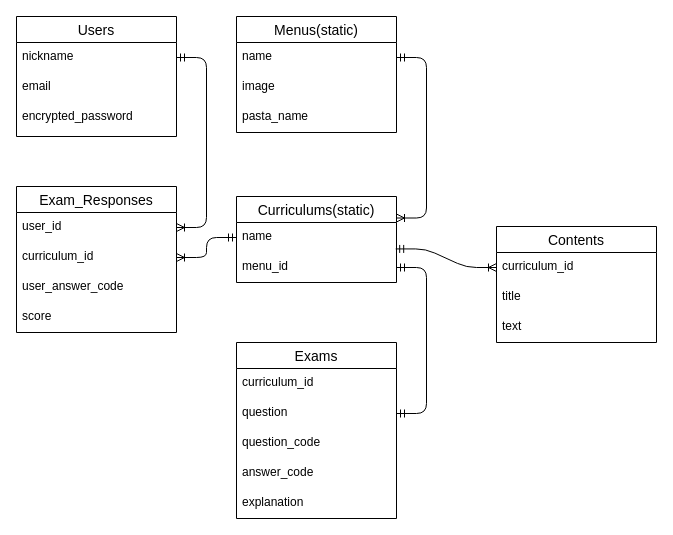
turtlekazu/rigate-app keeps this draw.io diagram as rigate.dio. Above is the earlier version. Source tidied: cells renumbered, new cells numbered last; positions are measured from the earlier drawing's top-left corner, leaving out a move shared by most shapes. Both pictures are drawn from the tidied source at 100%, with x=0, y=0 at pixel (16, 16).
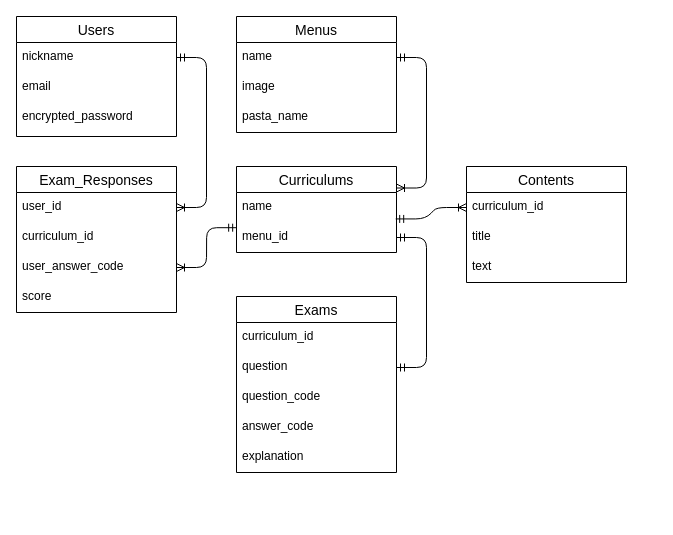
After the change.

The change refers to these unchanged cells:
```xml
<mxCell id="3" value="nickname" style="text;strokeColor=none;fillColor=none;spacingLeft=4;spacingRight=4;overflow=hidden;points=[[0,0.5],[1,0.5]];portConstraint=eastwest;fontSize=12;" parent="2" vertex="1">
  <mxGeometry y="26" width="160" height="30" as="geometry" />
</mxCell>
<mxCell id="16" value="user_id" style="text;strokeColor=none;fillColor=none;spacingLeft=4;spacingRight=4;overflow=hidden;points=[[0,0.5],[1,0.5]];portConstraint=eastwest;fontSize=12;" parent="15" vertex="1">
  <mxGeometry y="26" width="160" height="30" as="geometry" />
</mxCell>
<mxCell id="17" value="curriculum_id" style="text;strokeColor=none;fillColor=none;spacingLeft=4;spacingRight=4;overflow=hidden;points=[[0,0.5],[1,0.5]];portConstraint=eastwest;fontSize=12;" parent="15" vertex="1">
  <mxGeometry y="56" width="160" height="30" as="geometry" />
</mxCell>
<mxCell id="18" value="user_answer_code" style="text;strokeColor=none;fillColor=none;spacingLeft=4;spacingRight=4;overflow=hidden;points=[[0,0.5],[1,0.5]];portConstraint=eastwest;fontSize=12;" parent="15" vertex="1">
  <mxGeometry y="86" width="160" height="30" as="geometry" />
</mxCell>
<mxCell id="22" value="name" style="text;strokeColor=none;fillColor=none;spacingLeft=4;spacingRight=4;overflow=hidden;points=[[0,0.5],[1,0.5]];portConstraint=eastwest;fontSize=12;" parent="21" vertex="1">
  <mxGeometry y="26" width="160" height="30" as="geometry" />
</mxCell>
```

The edit, as a diff of the source:
```diff
@@
     <mxCell id="6" value="Contents" style="swimlane;fontStyle=0;horizontal=1;startSize=26;align=center;fontSize=14;" parent="1" vertex="1">
-      <mxGeometry x="480" y="210" width="160" height="116" as="geometry" />
+      <mxGeometry x="450" y="150" width="160" height="116" as="geometry" />
     </mxCell>
@@
-    <mxCell id="10" value="Menus(static)" style="swimlane;fontStyle=0;horizontal=1;startSize=26;align=center;fontSize=14;" parent="1" vertex="1">
+    <mxCell id="10" value="Menus" style="swimlane;fontStyle=0;horizontal=1;startSize=26;align=center;fontSize=14;" parent="1" vertex="1">
       <mxGeometry x="220" width="160" height="116" as="geometry" />
     </mxCell>
@@
     <mxCell id="15" value="Exam_Responses" style="swimlane;fontStyle=0;horizontal=1;startSize=26;align=center;fontSize=14;" parent="1" vertex="1">
-      <mxGeometry y="170" width="160" height="146" as="geometry" />
+      <mxGeometry y="150" width="160" height="146" as="geometry" />
     </mxCell>
@@
-    <mxCell id="20" style="edgeStyle=entityRelationEdgeStyle;fontSize=12;html=1;endArrow=ERoneToMany;startArrow=ERmandOne;entryX=1;entryY=0.5;entryDx=0;entryDy=0;exitX=0;exitY=0.5;exitDx=0;exitDy=0;" parent="1" edge="1" source="22" target="17">
+    <mxCell id="20" style="edgeStyle=entityRelationEdgeStyle;fontSize=12;html=1;endArrow=ERoneToMany;startArrow=ERmandOne;entryX=1;entryY=0.5;entryDx=0;entryDy=0;exitX=0.001;exitY=1.173;exitDx=0;exitDy=0;exitPerimeter=0;" parent="1" edge="1" source="22" target="18">
       <mxGeometry relative="1" as="geometry" />
     </mxCell>
-    <mxCell id="21" value="Curriculums(static)" style="swimlane;fontStyle=0;horizontal=1;startSize=26;align=center;fontSize=14;" parent="1" vertex="1">
-      <mxGeometry x="220" y="180" width="160" height="86" as="geometry" />
+    <mxCell id="21" value="Curriculums" style="swimlane;fontStyle=0;horizontal=1;startSize=26;align=center;fontSize=14;" parent="1" vertex="1">
+      <mxGeometry x="220" y="150" width="160" height="86" as="geometry" />
     </mxCell>
@@
     <mxCell id="25" value="Exams" style="swimlane;fontStyle=0;horizontal=1;startSize=26;align=center;fontSize=14;" parent="1" vertex="1">
-      <mxGeometry x="220" y="326" width="160" height="176" as="geometry" />
+      <mxGeometry x="220" y="280" width="160" height="176" as="geometry" />
     </mxCell>
@@
-    <mxCell id="32" style="edgeStyle=entityRelationEdgeStyle;fontSize=12;html=1;endArrow=ERoneToMany;startArrow=ERmandOne;entryX=1;entryY=0.5;entryDx=0;entryDy=0;exitX=1;exitY=0.5;exitDx=0;exitDy=0;" parent="1" edge="1" source="3" target="16">
+    <mxCell id="32" style="edgeStyle=entityRelationEdgeStyle;fontSize=12;html=1;endArrow=ERoneToMany;startArrow=ERmandOne;exitX=1;exitY=0.5;exitDx=0;exitDy=0;entryX=1;entryY=0.5;entryDx=0;entryDy=0;" parent="1" edge="1" source="3" target="16">
       <mxGeometry relative="1" as="geometry" />
     </mxCell>
```
